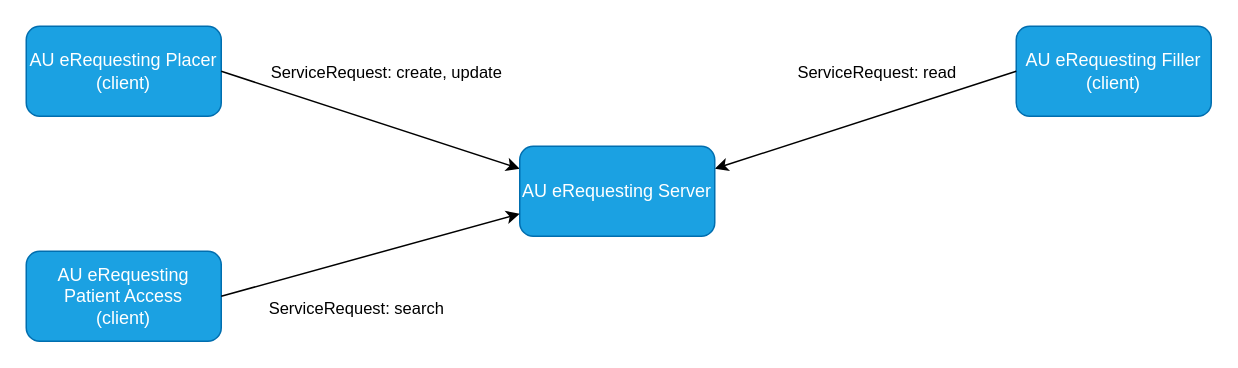
This is input/images-source/au-erequesting-actor-interactions.drawio from hl7au/au-fhir-erequesting, a draw.io file, before an edit. Source tidied: cells renumbered, new cells numbered last; positions are measured from the earlier drawing's top-left corner, leaving out a move shared by most shapes. Both pictures are drawn from the tidied source at 150%, with x=0, y=0 at pixel (26, 26).
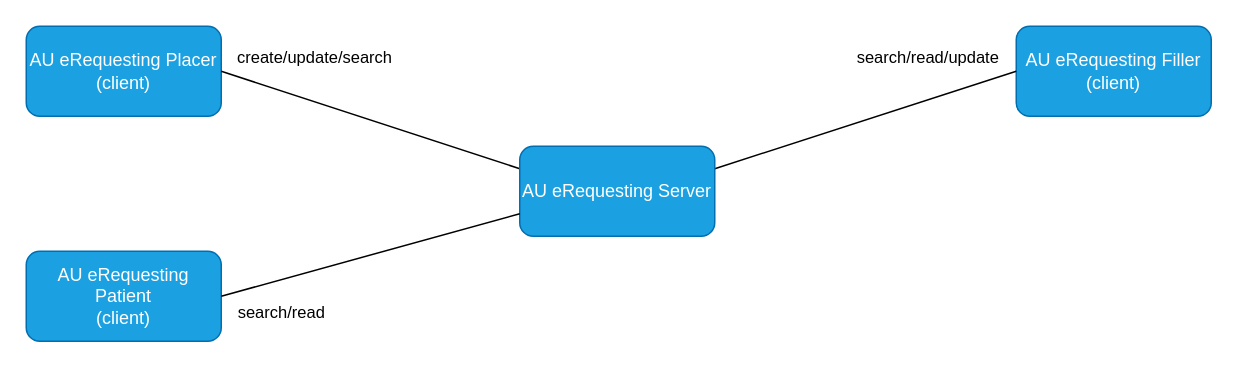
The same page after the edit.

What changed in the source:
```diff
@@
 <mxGraphModel>
   <root>
     <mxCell id="0" />
     <mxCell id="1" parent="0" />
     <mxCell id="2" value="AU eRequesting Placer&lt;br&gt;(client)" style="rounded=1;whiteSpace=wrap;html=1;fillColor=#1ba1e2;strokeColor=#006EAF;fontColor=#ffffff;labelBackgroundColor=none;" parent="1" vertex="1">
       <mxGeometry width="130" height="60" as="geometry" />
     </mxCell>
     <mxCell id="3" value="AU eRequesting Filler&lt;br&gt;(client)" style="rounded=1;whiteSpace=wrap;html=1;fillColor=#1ba1e2;strokeColor=#006EAF;fontColor=#ffffff;" parent="1" vertex="1">
       <mxGeometry x="660" width="130" height="60" as="geometry" />
     </mxCell>
-    <mxCell id="4" style="endArrow=classic;html=1;rounded=0;exitX=1;exitY=0.5;exitDx=0;exitDy=0;entryX=0;entryY=0.25;entryDx=0;entryDy=0;" parent="1" edge="1" source="2" target="9">
+    <mxCell id="4" style="endArrow=none;html=1;rounded=0;exitX=1;exitY=0.5;exitDx=0;exitDy=0;entryX=0;entryY=0.25;entryDx=0;entryDy=0;startFill=0;" parent="1" edge="1" source="2" target="9">
       <mxGeometry relative="1" as="geometry" />
     </mxCell>
-    <mxCell id="5" value="&lt;div&gt;ServiceRequest: create, update&lt;/div&gt;" style="edgeLabel;html=1;align=center;verticalAlign=middle;fillOpacity=100;labelBackgroundColor=none;" parent="4" vertex="1">
-      <mxGeometry x="-0.07" relative="1" as="geometry">
-        <mxPoint x="17" y="-30" as="offset" />
-      </mxGeometry>
-    </mxCell>
+    <mxCell id="12" value="&lt;div&gt;create/update/search&lt;/div&gt;" style="edgeLabel;html=1;align=left;verticalAlign=middle;fillOpacity=100;labelBackgroundColor=none;" parent="4" vertex="1">
+      <mxGeometry x="-0.07" relative="1" as="geometry">
+        <mxPoint x="-83" y="-40" as="offset" />
+      </mxGeometry>
+    </mxCell>
-    <mxCell id="6" style="endArrow=classic;html=1;rounded=0;exitX=0;exitY=0.5;exitDx=0;exitDy=0;entryX=1;entryY=0.25;entryDx=0;entryDy=0;" parent="1" edge="1" source="3" target="9">
+    <mxCell id="6" style="endArrow=none;html=1;rounded=0;exitX=0;exitY=0.5;exitDx=0;exitDy=0;entryX=1;entryY=0.25;entryDx=0;entryDy=0;startFill=0;" parent="1" edge="1" source="3" target="9">
       <mxGeometry relative="1" as="geometry" />
     </mxCell>
-    <mxCell id="7" value="&lt;div&gt;ServiceRequest: read&lt;br&gt;&lt;/div&gt;" style="edgeLabel;html=1;align=center;verticalAlign=middle;fillOpacity=100;labelBackgroundColor=none;" parent="6" vertex="1">
-      <mxGeometry x="0.11" y="-1" relative="1" as="geometry">
-        <mxPoint x="18" y="-35" as="offset" />
-      </mxGeometry>
-    </mxCell>
-    <mxCell id="8" value="AU eRequesting Patient Access&lt;br&gt;(client)" style="rounded=1;whiteSpace=wrap;html=1;fillColor=#1ba1e2;strokeColor=#006EAF;fontColor=#ffffff;" parent="1" vertex="1">
-      <mxGeometry y="150" width="130" height="60" as="geometry" />
-    </mxCell>
+    <mxCell id="13" value="&lt;div&gt;&lt;div style=&quot;text-align: left;&quot;&gt;&lt;span style=&quot;background-color: transparent; color: light-dark(rgb(0, 0, 0), rgb(255, 255, 255));&quot;&gt;search/read&lt;/span&gt;&lt;span style=&quot;background-color: transparent; color: light-dark(rgb(0, 0, 0), rgb(255, 255, 255));&quot;&gt;/update&lt;/span&gt;&lt;/div&gt;&lt;/div&gt;" style="edgeLabel;html=1;align=center;verticalAlign=middle;fillOpacity=100;labelBackgroundColor=none;" parent="6" vertex="1">
+      <mxGeometry x="0.11" y="-1" relative="1" as="geometry">
+        <mxPoint x="52" y="-45" as="offset" />
+      </mxGeometry>
+    </mxCell>
+    <mxCell id="14" value="AU eRequesting Patient&lt;br&gt;(client)" style="rounded=1;whiteSpace=wrap;html=1;fillColor=#1ba1e2;strokeColor=#006EAF;fontColor=#ffffff;" parent="1" vertex="1">
+      <mxGeometry y="150" width="130" height="60" as="geometry" />
+    </mxCell>
     <mxCell id="9" value="AU eRequesting Server" style="rounded=1;whiteSpace=wrap;html=1;fillColor=#1ba1e2;strokeColor=#006EAF;fontColor=#ffffff;" parent="1" vertex="1">
       <mxGeometry x="329" y="80" width="130" height="60" as="geometry" />
     </mxCell>
-    <mxCell id="10" style="endArrow=classic;html=1;rounded=0;exitX=1;exitY=0.5;exitDx=0;exitDy=0;entryX=0;entryY=0.75;entryDx=0;entryDy=0;" parent="1" edge="1" source="8" target="9">
-      <mxGeometry relative="1" as="geometry" />
-    </mxCell>
-    <mxCell id="11" value="&lt;div&gt;ServiceRequest: search&lt;/div&gt;" style="edgeLabel;html=1;align=center;verticalAlign=middle;fillOpacity=100;labelBackgroundColor=none;" parent="10" vertex="1">
-      <mxGeometry x="-0.07" relative="1" as="geometry">
-        <mxPoint x="-3" y="33" as="offset" />
-      </mxGeometry>
-    </mxCell>
+    <mxCell id="15" style="endArrow=none;html=1;rounded=0;exitX=1;exitY=0.5;exitDx=0;exitDy=0;entryX=0;entryY=0.75;entryDx=0;entryDy=0;startFill=0;" parent="1" edge="1" source="14" target="9">
+      <mxGeometry relative="1" as="geometry" />
+    </mxCell>
+    <mxCell id="16" value="&lt;span style=&quot;text-align: left;&quot;&gt;search/read&lt;/span&gt;" style="edgeLabel;html=1;align=center;verticalAlign=middle;fillOpacity=100;labelBackgroundColor=none;" parent="15" vertex="1">
+      <mxGeometry x="-0.07" relative="1" as="geometry">
+        <mxPoint x="-53" y="36" as="offset" />
+      </mxGeometry>
+    </mxCell>
   </root>
 </mxGraphModel>
```
